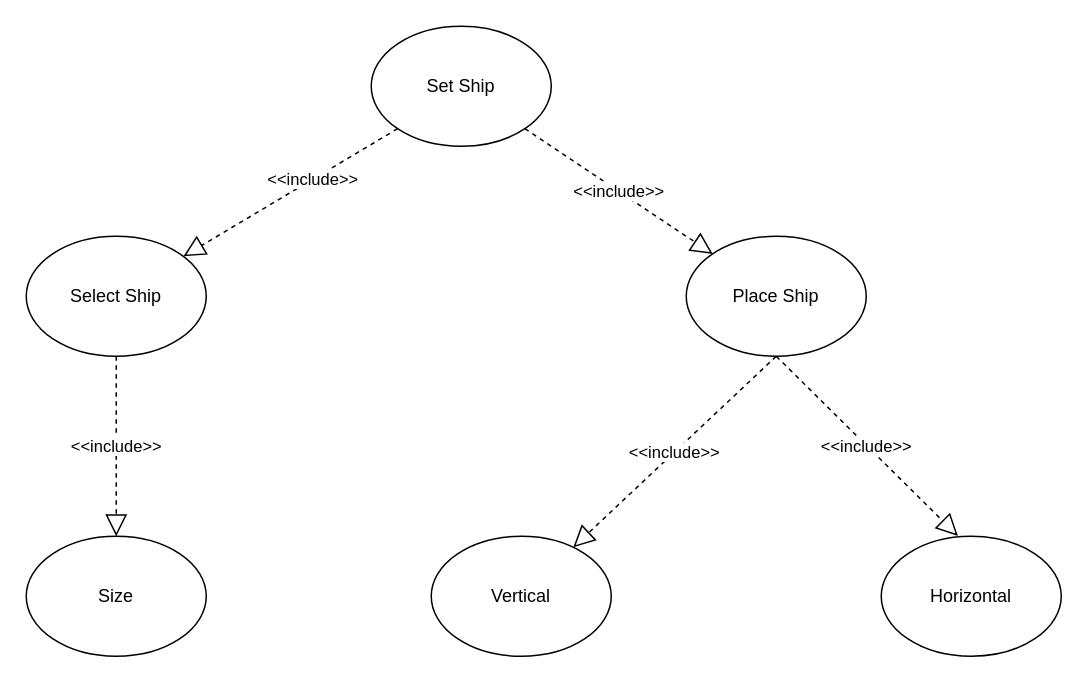
The draw.io diagram page "USECASE Set Ship" (4 of 7) of Untitled Diagram.drawio in huytruengusi/Battleship-OOP, before the edit. Source tidied: cells renumbered, new cells numbered last; positions are measured from the earlier drawing's top-left corner, leaving out a move shared by most shapes. Both pictures are drawn from the tidied source at 150%, with x=0, y=0 at pixel (26, 26).
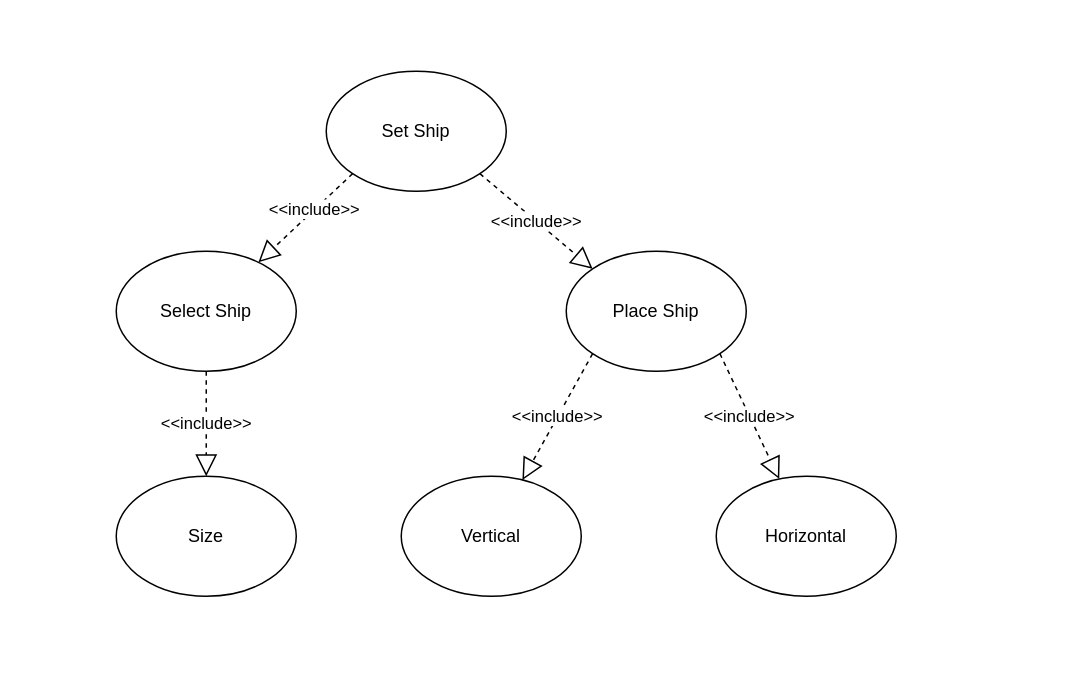
Above is the later version.

What changed in the source:
```diff
@@
 <mxGraphModel>
   <root>
     <mxCell id="0" />
     <mxCell id="1" parent="0" />
     <mxCell id="2" value="Set Ship" style="ellipse;whiteSpace=wrap;html=1;strokeColor=default;" parent="1" vertex="1">
-      <mxGeometry x="230" width="120" height="80" as="geometry" />
+      <mxGeometry x="200" y="30" width="120" height="80" as="geometry" />
     </mxCell>
     <mxCell id="3" value="Select Ship" style="ellipse;whiteSpace=wrap;html=1;strokeColor=default;" parent="1" vertex="1">
-      <mxGeometry y="140" width="120" height="80" as="geometry" />
+      <mxGeometry x="60" y="150" width="120" height="80" as="geometry" />
     </mxCell>
     <mxCell id="4" value="Size" style="ellipse;whiteSpace=wrap;html=1;strokeColor=default;" parent="1" vertex="1">
-      <mxGeometry y="340" width="120" height="80" as="geometry" />
+      <mxGeometry x="60" y="300" width="120" height="80" as="geometry" />
     </mxCell>
     <mxCell id="5" value="Place Ship&lt;br&gt;" style="ellipse;whiteSpace=wrap;html=1;strokeColor=default;" parent="1" vertex="1">
-      <mxGeometry x="440" y="140" width="120" height="80" as="geometry" />
+      <mxGeometry x="360" y="150" width="120" height="80" as="geometry" />
     </mxCell>
     <mxCell id="6" value="Vertical" style="ellipse;whiteSpace=wrap;html=1;strokeColor=default;" parent="1" vertex="1">
-      <mxGeometry x="270" y="340" width="120" height="80" as="geometry" />
+      <mxGeometry x="250" y="300" width="120" height="80" as="geometry" />
     </mxCell>
     <mxCell id="7" value="Horizontal" style="ellipse;whiteSpace=wrap;html=1;strokeColor=default;" parent="1" vertex="1">
-      <mxGeometry x="570" y="340" width="120" height="80" as="geometry" />
+      <mxGeometry x="460" y="300" width="120" height="80" as="geometry" />
     </mxCell>
     <mxCell id="8" style="endArrow=block;dashed=1;endFill=0;endSize=12;html=1;rounded=0;exitX=0;exitY=1;exitDx=0;exitDy=0;" parent="1" edge="1" source="2" target="3">
       <mxGeometry relative="1" as="geometry" />
     </mxCell>
     <mxCell id="9" value="&amp;lt;&amp;lt;include&amp;gt;&amp;gt;" style="edgeLabel;html=1;align=center;verticalAlign=middle;" parent="8" vertex="1">
       <mxGeometry x="-0.2" y="-1" relative="1" as="geometry" />
     </mxCell>
     <mxCell id="10" value="&amp;lt;&amp;lt;include&amp;gt;&amp;gt;" style="endArrow=block;dashed=1;endFill=0;endSize=12;html=1;rounded=0;exitX=0.5;exitY=1;exitDx=0;exitDy=0;entryX=0.5;entryY=0;entryDx=0;entryDy=0;" parent="1" edge="1" source="3" target="4">
-      <mxGeometry relative="1" as="geometry">
-        <Array as="points">
-          <mxPoint x="60" y="280" />
-        </Array>
-      </mxGeometry>
+      <mxGeometry relative="1" as="geometry" />
     </mxCell>
-    <mxCell id="11" value="&amp;lt;&amp;lt;include&amp;gt;&amp;gt;" style="endArrow=block;dashed=1;endFill=0;endSize=12;html=1;rounded=0;exitX=0.5;exitY=1;exitDx=0;exitDy=0;" parent="1" edge="1" source="5" target="6">
+    <mxCell id="11" value="&amp;lt;&amp;lt;include&amp;gt;&amp;gt;" style="endArrow=block;dashed=1;endFill=0;endSize=12;html=1;rounded=0;exitX=0;exitY=1;exitDx=0;exitDy=0;" parent="1" edge="1" source="5" target="6">
       <mxGeometry relative="1" as="geometry" />
     </mxCell>
-    <mxCell id="12" value="&amp;lt;&amp;lt;include&amp;gt;&amp;gt;" style="endArrow=block;dashed=1;endFill=0;endSize=12;html=1;rounded=0;entryX=0.426;entryY=-0.003;entryDx=0;entryDy=0;entryPerimeter=0;" parent="1" edge="1" target="7">
-      <mxGeometry relative="1" as="geometry">
-        <mxPoint x="500" y="220" as="sourcePoint" />
-      </mxGeometry>
+    <mxCell id="12" value="&amp;lt;&amp;lt;include&amp;gt;&amp;gt;" style="endArrow=block;dashed=1;endFill=0;endSize=12;html=1;rounded=0;exitX=1;exitY=1;exitDx=0;exitDy=0;" parent="1" edge="1" source="5" target="7">
+      <mxGeometry relative="1" as="geometry" />
     </mxCell>
     <mxCell id="13" value="&amp;lt;&amp;lt;include&amp;gt;&amp;gt;" style="endArrow=block;dashed=1;endFill=0;endSize=12;html=1;rounded=0;exitX=1;exitY=1;exitDx=0;exitDy=0;entryX=0;entryY=0;entryDx=0;entryDy=0;" parent="1" edge="1" source="2" target="5">
       <mxGeometry relative="1" as="geometry" />
     </mxCell>
   </root>
 </mxGraphModel>
```
